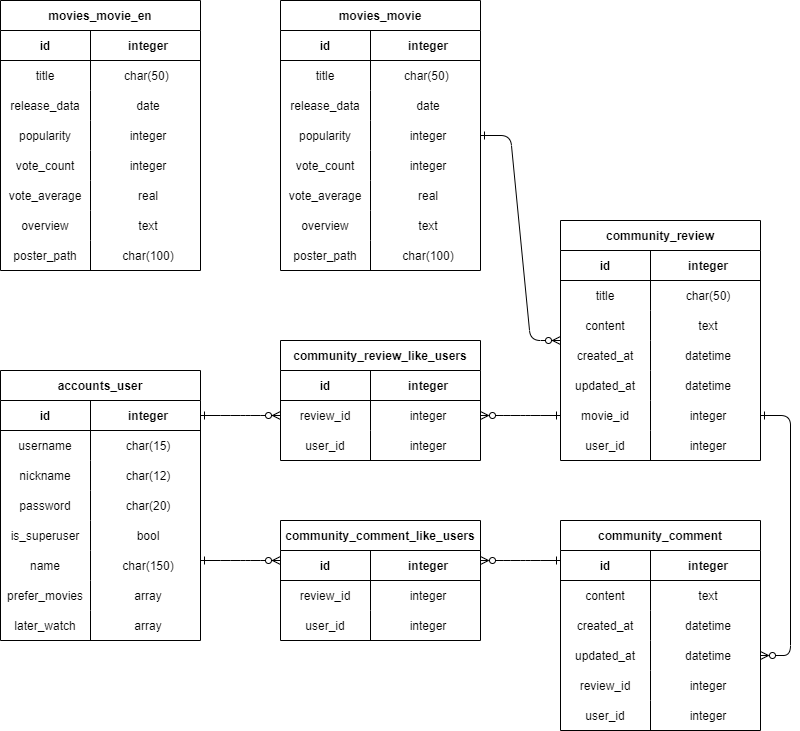
Before: ERD.drawio.png, a diagram exported from draw.io (gilsanguk/MOJI). Source tidied: cells renumbered, new cells last; positions are measured from the earlier drawing's top-left corner, leaving out a move shared by most shapes.
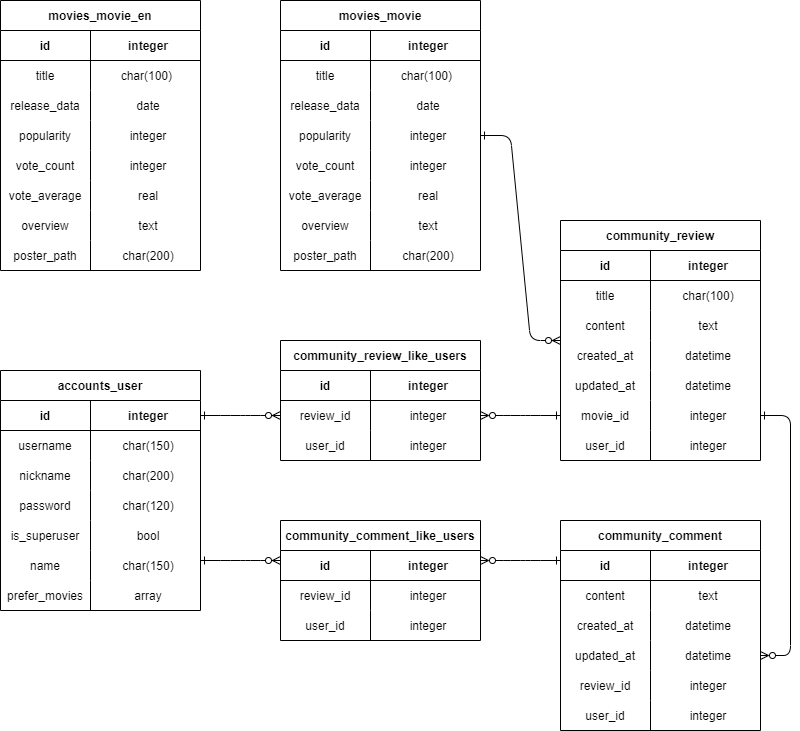
The same file after the commit.

The edit, as a diff of the source:
```diff
@@ -23,7 +23,7 @@
     <mxCell id="8" value="title" style="shape=partialRectangle;overflow=hidden;fillColor=none;top=0;left=0;bottom=0;right=0;" parent="7" vertex="1">
       <mxGeometry width="90" height="30" as="geometry" />
     </mxCell>
-    <mxCell id="9" value="char(50)" style="shape=partialRectangle;overflow=hidden;fillColor=none;top=0;left=0;bottom=0;right=0;align=center;spacingLeft=6;" parent="7" vertex="1">
+    <mxCell id="9" value="char(100)" style="shape=partialRectangle;overflow=hidden;fillColor=none;top=0;left=0;bottom=0;right=0;align=center;spacingLeft=6;" parent="7" vertex="1">
       <mxGeometry x="90" width="110" height="30" as="geometry" />
     </mxCell>
     <mxCell id="10" style="shape=partialRectangle;fillColor=none;top=0;left=0;right=0;bottom=0;" parent="3" vertex="1">
@@ -89,7 +89,7 @@
     <mxCell id="30" value="title" style="shape=partialRectangle;overflow=hidden;fillColor=none;top=0;left=0;bottom=0;right=0;" parent="29" vertex="1">
       <mxGeometry width="90" height="30" as="geometry" />
     </mxCell>
-    <mxCell id="31" value="char(50) " style="shape=partialRectangle;overflow=hidden;fillColor=none;top=0;left=0;bottom=0;right=0;align=center;spacingLeft=6;fontStyle=0;" parent="29" vertex="1">
+    <mxCell id="31" value="char(100) " style="shape=partialRectangle;overflow=hidden;fillColor=none;top=0;left=0;bottom=0;right=0;align=center;spacingLeft=6;fontStyle=0;" parent="29" vertex="1">
       <mxGeometry x="90" width="110" height="30" as="geometry" />
     </mxCell>
     <mxCell id="32" style="shape=partialRectangle;fillColor=none;top=0;left=0;right=0;bottom=0;" parent="25" vertex="1">
@@ -143,7 +143,7 @@
     <mxCell id="48" value="poster_path" style="shape=partialRectangle;overflow=hidden;fillColor=none;top=0;left=0;bottom=0;right=0;" parent="47" vertex="1">
       <mxGeometry width="90" height="30" as="geometry" />
     </mxCell>
-    <mxCell id="49" value="char(100)" style="shape=partialRectangle;overflow=hidden;fillColor=none;top=0;left=0;bottom=0;right=0;align=center;spacingLeft=6;" parent="47" vertex="1">
+    <mxCell id="49" value="char(200)" style="shape=partialRectangle;overflow=hidden;fillColor=none;top=0;left=0;bottom=0;right=0;align=center;spacingLeft=6;" parent="47" vertex="1">
       <mxGeometry x="90" width="110" height="30" as="geometry" />
     </mxCell>
     <mxCell id="50" value="movies_movie_en" style="shape=table;startSize=30;rowLines=0;fontStyle=1;align=center;" parent="1" vertex="1">
@@ -164,7 +164,7 @@
     <mxCell id="55" value="title" style="shape=partialRectangle;overflow=hidden;fillColor=none;top=0;left=0;bottom=0;right=0;" parent="54" vertex="1">
       <mxGeometry width="90" height="30" as="geometry" />
     </mxCell>
-    <mxCell id="56" value="char(50) " style="shape=partialRectangle;overflow=hidden;fillColor=none;top=0;left=0;bottom=0;right=0;align=center;spacingLeft=6;fontStyle=0;" parent="54" vertex="1">
+    <mxCell id="56" value="char(100) " style="shape=partialRectangle;overflow=hidden;fillColor=none;top=0;left=0;bottom=0;right=0;align=center;spacingLeft=6;fontStyle=0;" parent="54" vertex="1">
       <mxGeometry x="90" width="110" height="30" as="geometry" />
     </mxCell>
     <mxCell id="57" style="shape=partialRectangle;fillColor=none;top=0;left=0;right=0;bottom=0;" parent="50" vertex="1">
@@ -218,7 +218,7 @@
     <mxCell id="73" value="poster_path" style="shape=partialRectangle;overflow=hidden;fillColor=none;top=0;left=0;bottom=0;right=0;" parent="72" vertex="1">
       <mxGeometry width="90" height="30" as="geometry" />
     </mxCell>
-    <mxCell id="74" value="char(100)" style="shape=partialRectangle;overflow=hidden;fillColor=none;top=0;left=0;bottom=0;right=0;align=center;spacingLeft=6;" parent="72" vertex="1">
+    <mxCell id="74" value="char(200)" style="shape=partialRectangle;overflow=hidden;fillColor=none;top=0;left=0;bottom=0;right=0;align=center;spacingLeft=6;" parent="72" vertex="1">
       <mxGeometry x="90" width="110" height="30" as="geometry" />
     </mxCell>
     <mxCell id="75" value="community_comment" style="shape=table;startSize=30;rowLines=0;fontStyle=1;align=center;" parent="1" vertex="1">
@@ -351,7 +351,7 @@
       </mxGeometry>
     </mxCell>
     <mxCell id="117" value="accounts_user" style="shape=table;startSize=30;rowLines=0;fontStyle=1;align=center;" parent="1" vertex="1">
-      <mxGeometry y="370" width="200" height="270" as="geometry" />
+      <mxGeometry y="370" width="200" height="240" as="geometry" />
     </mxCell>
     <mxCell id="118" style="shape=partialRectangle;fillColor=none;points=[[0,0.5],[1,0.5]];portConstraint=eastwest;top=0;left=0;right=0;bottom=1;" parent="117" vertex="1">
       <mxGeometry y="30" width="200" height="30" as="geometry" />
@@ -368,7 +368,7 @@
     <mxCell id="122" value="username" style="shape=partialRectangle;overflow=hidden;fillColor=none;top=0;left=0;bottom=0;right=0;" parent="121" vertex="1">
       <mxGeometry width="90" height="30" as="geometry" />
     </mxCell>
-    <mxCell id="123" value="char(15)" style="shape=partialRectangle;overflow=hidden;fillColor=none;top=0;left=0;bottom=0;right=0;align=center;spacingLeft=6;" parent="121" vertex="1">
+    <mxCell id="123" value="char(150)" style="shape=partialRectangle;overflow=hidden;fillColor=none;top=0;left=0;bottom=0;right=0;align=center;spacingLeft=6;" parent="121" vertex="1">
       <mxGeometry x="90" width="110" height="30" as="geometry" />
     </mxCell>
     <mxCell id="124" style="shape=partialRectangle;fillColor=none;top=0;left=0;right=0;bottom=0;" parent="117" vertex="1">
@@ -377,7 +377,7 @@
     <mxCell id="125" value="nickname" style="shape=partialRectangle;overflow=hidden;fillColor=none;top=0;left=0;bottom=0;right=0;" parent="124" vertex="1">
       <mxGeometry width="90" height="30" as="geometry" />
     </mxCell>
-    <mxCell id="126" value="char(12)" style="shape=partialRectangle;overflow=hidden;fillColor=none;top=0;left=0;bottom=0;right=0;align=center;spacingLeft=6;" parent="124" vertex="1">
+    <mxCell id="126" value="char(200)" style="shape=partialRectangle;overflow=hidden;fillColor=none;top=0;left=0;bottom=0;right=0;align=center;spacingLeft=6;" parent="124" vertex="1">
       <mxGeometry x="90" width="110" height="30" as="geometry" />
     </mxCell>
     <mxCell id="127" style="shape=partialRectangle;fillColor=none;top=0;left=0;right=0;bottom=0;" parent="117" vertex="1">
@@ -386,7 +386,7 @@
     <mxCell id="128" value="password" style="shape=partialRectangle;overflow=hidden;fillColor=none;top=0;left=0;bottom=0;right=0;" parent="127" vertex="1">
       <mxGeometry width="90" height="30" as="geometry" />
     </mxCell>
-    <mxCell id="129" value="char(20)" style="shape=partialRectangle;overflow=hidden;fillColor=none;top=0;left=0;bottom=0;right=0;align=center;spacingLeft=6;" parent="127" vertex="1">
+    <mxCell id="129" value="char(120)" style="shape=partialRectangle;overflow=hidden;fillColor=none;top=0;left=0;bottom=0;right=0;align=center;spacingLeft=6;" parent="127" vertex="1">
       <mxGeometry x="90" width="110" height="30" as="geometry" />
     </mxCell>
     <mxCell id="130" style="shape=partialRectangle;fillColor=none;top=0;left=0;right=0;bottom=0;" parent="117" vertex="1">
@@ -416,15 +416,6 @@
     <mxCell id="138" value="array" style="shape=partialRectangle;overflow=hidden;fillColor=none;top=0;left=0;bottom=0;right=0;align=center;spacingLeft=6;fontColor=#000000;" parent="136" vertex="1">
       <mxGeometry x="90" width="110" height="30" as="geometry" />
     </mxCell>
-    <mxCell id="139" style="shape=partialRectangle;fillColor=none;top=0;left=0;right=0;bottom=0;" parent="117" vertex="1">
-      <mxGeometry y="240" width="200" height="30" as="geometry" />
-    </mxCell>
-    <mxCell id="140" value="later_watch" style="shape=partialRectangle;overflow=hidden;fillColor=none;top=0;left=0;bottom=0;right=0;" parent="139" vertex="1">
-      <mxGeometry width="90" height="30" as="geometry" />
-    </mxCell>
-    <mxCell id="141" value="array" style="shape=partialRectangle;overflow=hidden;fillColor=none;top=0;left=0;bottom=0;right=0;align=center;spacingLeft=6;fontColor=#000000;" parent="139" vertex="1">
-      <mxGeometry x="90" width="110" height="30" as="geometry" />
-    </mxCell>
     <mxCell id="142" style="edgeStyle=entityRelationEdgeStyle;fontSize=12;html=1;endArrow=ERzeroToMany;endFill=1;startArrow=ERone;rounded=1;fontFamily=Helvetica;fontColor=default;startFill=0;" parent="1" edge="1" source="118" target="98">
       <mxGeometry relative="1" as="geometry" />
     </mxCell>
```
